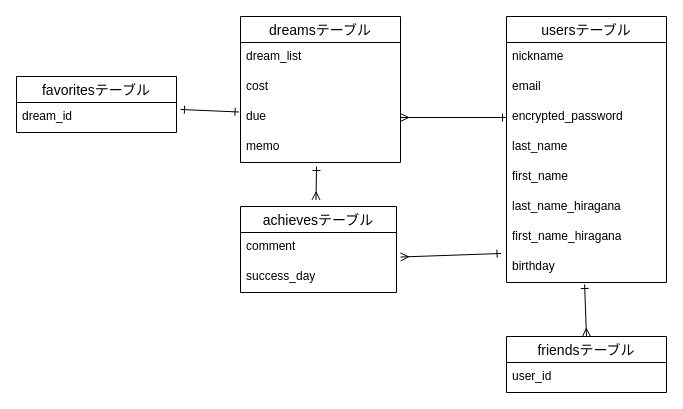
Before: original-app.dio in Shibasaki-Suzuka/original-app, a draw.io diagram. Source tidied: cells renumbered, new cells numbered last; positions are measured from the earlier drawing's top-left corner, leaving out a move shared by most shapes. Both pictures are drawn from the tidied source at 100%, with x=0, y=0 at pixel (16, 16).
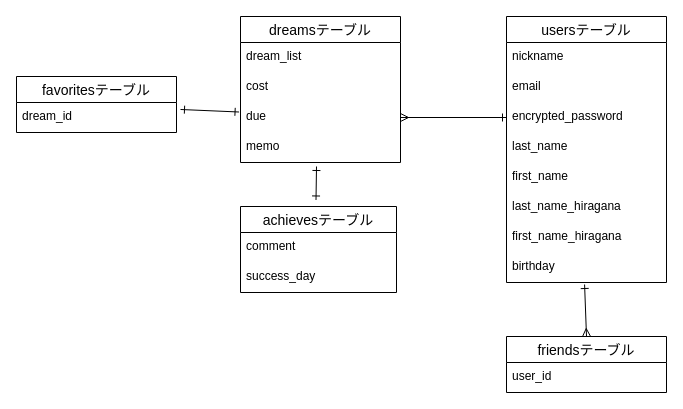
The same page after the edit.

Unchanged cells that the change refers to:
```xml
<mxCell id="10" value="birthday" style="text;strokeColor=none;fillColor=none;spacingLeft=4;spacingRight=4;overflow=hidden;points=[[0,0.5],[1,0.5]];portConstraint=eastwest;fontSize=12;" parent="2" vertex="1">
  <mxGeometry y="236" width="160" height="30" as="geometry" />
</mxCell>
<mxCell id="23" value="achievesテーブル" style="swimlane;fontStyle=0;horizontal=1;startSize=26;align=center;fontSize=14;" parent="1" vertex="1">
  <mxGeometry x="224" y="190" width="156" height="86" as="geometry" />
</mxCell>
<mxCell id="25" value="success_day" style="text;strokeColor=none;fillColor=none;spacingLeft=4;spacingRight=4;overflow=hidden;points=[[0,0.5],[1,0.5]];portConstraint=eastwest;fontSize=12;" parent="23" vertex="1">
  <mxGeometry y="56" width="156" height="30" as="geometry" />
</mxCell>
```

Change to the diagram source:
```diff
@@
-    <mxCell id="26" style="edgeStyle=none;html=1;exitX=0.484;exitY=-0.076;exitDx=0;exitDy=0;startArrow=ERmany;startFill=0;endArrow=ERone;endFill=0;exitPerimeter=0;" parent="1" edge="1" source="23">
+    <mxCell id="26" style="edgeStyle=none;html=1;exitX=0.484;exitY=-0.076;exitDx=0;exitDy=0;startArrow=ERone;startFill=0;endArrow=ERone;endFill=0;exitPerimeter=0;" parent="1" edge="1" source="23">
       <mxGeometry relative="1" as="geometry">
         <mxPoint x="300" y="150" as="targetPoint" />
       </mxGeometry>
     </mxCell>
-    <mxCell id="27" style="edgeStyle=none;html=1;entryX=-0.034;entryY=0.033;entryDx=0;entryDy=0;startArrow=ERmany;startFill=0;endArrow=ERone;endFill=0;entryPerimeter=0;exitX=1.026;exitY=-0.183;exitDx=0;exitDy=0;exitPerimeter=0;" parent="1" edge="1" source="25" target="10">
-      <mxGeometry relative="1" as="geometry" />
-    </mxCell>
```
